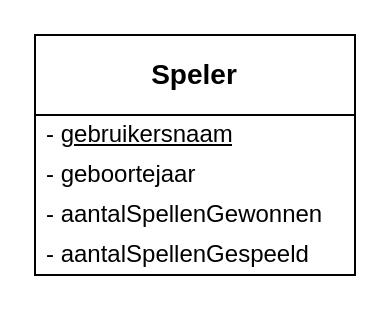
Before: database/ERD/ERD UC1.drawio in JasperMeersschaut/Kingdomino-38, a draw.io diagram. Source tidied: cells renumbered, new cells numbered last; positions are measured from the earlier drawing's top-left corner, leaving out a move shared by most shapes. Both pictures are drawn from the tidied source at 200%, with x=0, y=0 at pixel (34, 34).
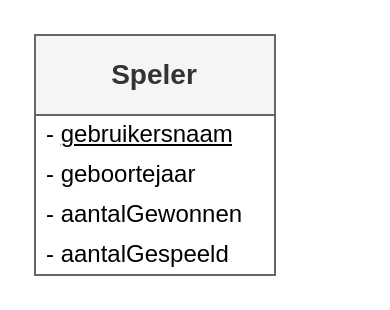
After the change.

Diff of the diagram source:
```diff
@@
 <mxGraphModel>
   <root>
-    <mxCell id="0" />
-    <mxCell id="1" parent="0" />
+    <mxCell id="7" />
+    <mxCell id="8" parent="7" />
-    <mxCell id="2" value="&lt;b&gt;&lt;font style=&quot;font-size: 14px;&quot;&gt;Speler&lt;/font&gt;&lt;/b&gt;" style="swimlane;fontStyle=0;horizontal=1;startSize=40;whiteSpace=wrap;html=1;" parent="1" vertex="1">
-      <mxGeometry width="160" height="120" as="geometry" />
+    <mxCell id="2" value="&lt;b&gt;&lt;font style=&quot;font-size: 14px;&quot;&gt;Speler&lt;/font&gt;&lt;/b&gt;" style="swimlane;fontStyle=0;horizontal=1;startSize=40;whiteSpace=wrap;html=1;fillColor=#f5f5f5;fontColor=#333333;strokeColor=#666666;" parent="8" vertex="1">
+      <mxGeometry width="120" height="120" as="geometry" />
     </mxCell>
-    <mxCell id="3" value="- g&lt;u&gt;ebruikersnaam&lt;/u&gt;" style="text;strokeColor=none;fillColor=none;align=left;verticalAlign=middle;spacingLeft=4;spacingRight=4;overflow=hidden;whiteSpace=wrap;html=1;" parent="2" vertex="1">
-      <mxGeometry y="40" width="160" height="20" as="geometry" />
-    </mxCell>
+    <mxCell id="9" value="- &lt;u&gt;gebruikersnaam&lt;/u&gt;" style="text;strokeColor=none;fillColor=none;align=left;verticalAlign=middle;spacingLeft=4;spacingRight=4;overflow=hidden;whiteSpace=wrap;html=1;" parent="2" vertex="1">
+      <mxGeometry y="40" width="120" height="20" as="geometry" />
+    </mxCell>
     <mxCell id="4" value="- geboortejaar" style="text;strokeColor=none;fillColor=none;align=left;verticalAlign=middle;spacingLeft=4;spacingRight=4;overflow=hidden;whiteSpace=wrap;html=1;" parent="2" vertex="1">
-      <mxGeometry y="60" width="160" height="20" as="geometry" />
+      <mxGeometry y="60" width="120" height="20" as="geometry" />
     </mxCell>
-    <mxCell id="5" value="- aantalSpellenGewonnen" style="text;strokeColor=none;fillColor=none;align=left;verticalAlign=middle;spacingLeft=4;spacingRight=4;overflow=hidden;whiteSpace=wrap;html=1;" parent="2" vertex="1">
-      <mxGeometry y="80" width="160" height="20" as="geometry" />
-    </mxCell>
-    <mxCell id="6" value="- aantalSpellenGespeeld" style="text;strokeColor=none;fillColor=none;align=left;verticalAlign=middle;spacingLeft=4;spacingRight=4;overflow=hidden;whiteSpace=wrap;html=1;" parent="2" vertex="1">
-      <mxGeometry y="100" width="160" height="20" as="geometry" />
-    </mxCell>
+    <mxCell id="10" value="- aantalGewonnen" style="text;strokeColor=none;fillColor=none;align=left;verticalAlign=middle;spacingLeft=4;spacingRight=4;overflow=hidden;whiteSpace=wrap;html=1;" parent="2" vertex="1">
+      <mxGeometry y="80" width="120" height="20" as="geometry" />
+    </mxCell>
+    <mxCell id="11" value="- aantalGespeeld" style="text;strokeColor=none;fillColor=none;align=left;verticalAlign=middle;spacingLeft=4;spacingRight=4;overflow=hidden;whiteSpace=wrap;html=1;" parent="2" vertex="1">
+      <mxGeometry y="100" width="120" height="20" as="geometry" />
+    </mxCell>
   </root>
 </mxGraphModel>
```
